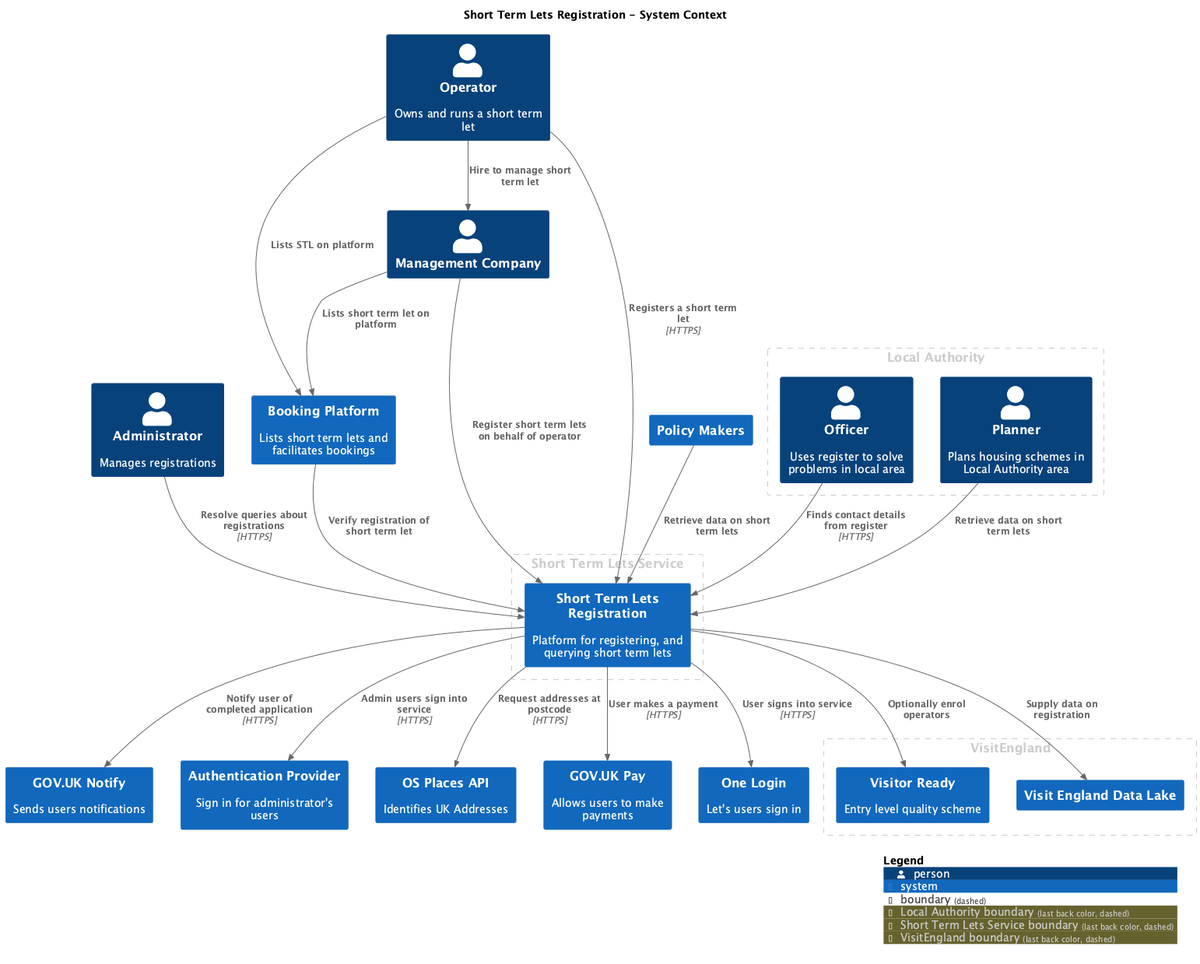
The PlantUML diagram main/png/SystemContext-001.png in DCMSstats/stl-architecture, before a commit.
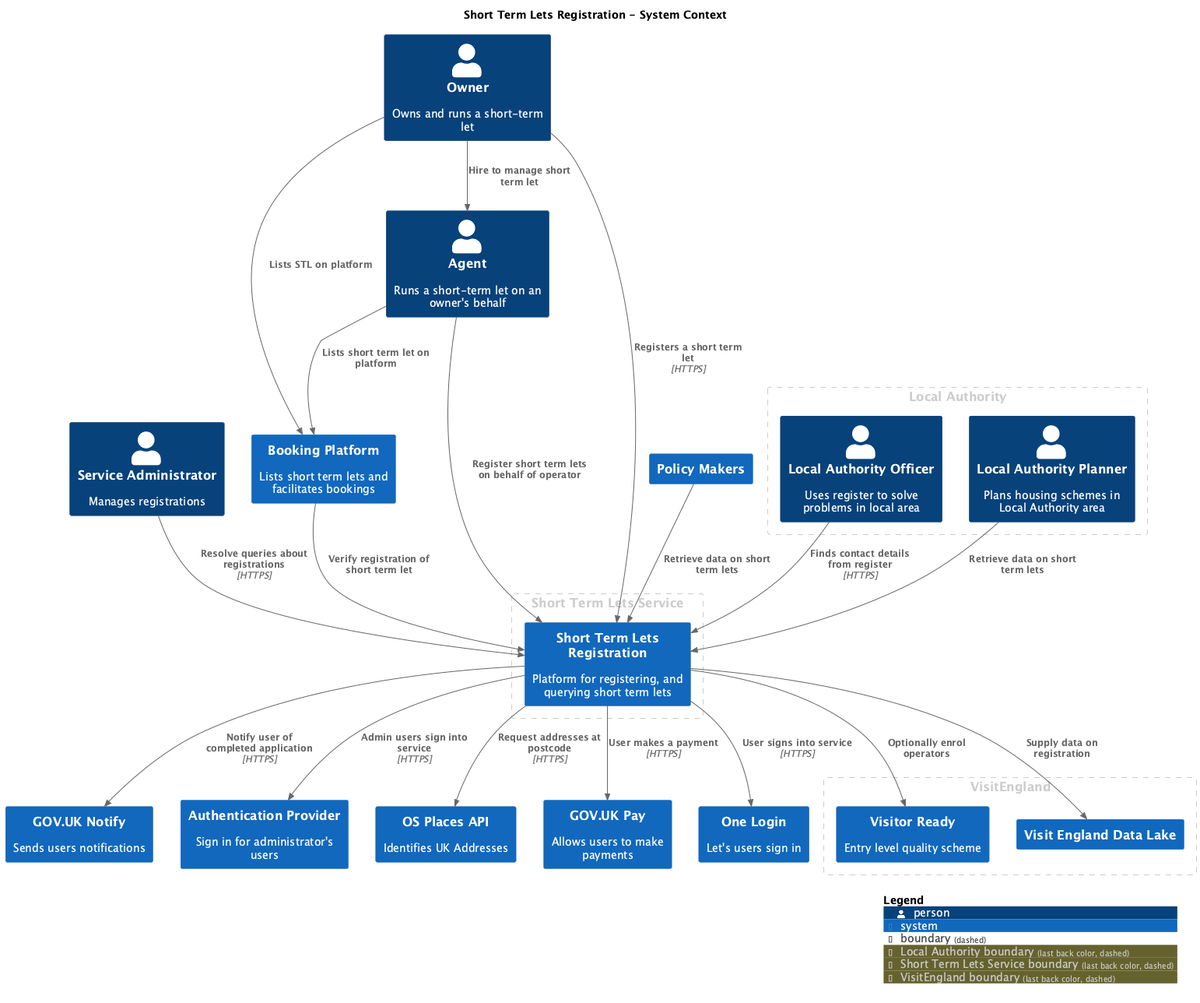
After the commit.

Diff of the diagram source:
```diff
@@ -9,8 +9,8 @@
 
 AddBoundaryTag("Local Authority", $borderColor="#cccccc", $fontColor="#cccccc", $borderStyle="dashed")
 Boundary(group_1, "Local Authority", $tags="Local Authority") {
-  Person(Planner, "Planner", $descr="Plans housing schemes in Local Authority area", $tags="", $link="")
-  Person(Officer, "Officer", $descr="Uses register to solve problems in local area", $tags="", $link="")
+  Person(LocalAuthorityPlanner, "Local Authority Planner", $descr="Plans housing schemes in Local Authority area", $tags="", $link="")
+  Person(LocalAuthorityOfficer, "Local Authority Officer", $descr="Uses register to solve problems in local area", $tags="", $link="")
 }
 
 AddBoundaryTag("Short Term Lets Service", $borderColor="#cccccc", $fontColor="#cccccc", $borderStyle="dashed")
@@ -24,29 +24,29 @@
   System(VisitorReady, "Visitor Ready", $descr="Entry level quality scheme", $tags="", $link="")
 }
 
-Person(Administrator, "Administrator", $descr="Manages registrations", $tags="", $link="")
+Person(ServiceAdministrator, "Service Administrator", $descr="Manages registrations", $tags="", $link="")
 System(GOVUKNotify, "GOV.UK Notify", $descr="Sends users notifications", $tags="", $link="")
 System(AuthenticationProvider, "Authentication Provider", $descr="Sign in for administrator's users", $tags="", $link="")
 System(OSPlacesAPI, "OS Places API", $descr="Identifies UK Addresses", $tags="", $link="")
-Person(Operator, "Operator", $descr="Owns and runs a short term let", $tags="", $link="")
-Person(ManagementCompany, "Management Company", $descr="", $tags="", $link="")
+Person(Owner, "Owner", $descr="Owns and runs a short-term let", $tags="", $link="")
+Person(Agent, "Agent", $descr="Runs a short-term let on an owner's behalf", $tags="", $link="")
 System(BookingPlatform, "Booking Platform", $descr="Lists short term lets and facilitates bookings", $tags="", $link="")
 System(PolicyMakers, "Policy Makers", $descr="", $tags="", $link="")
 System(GOVUKPay, "GOV.UK Pay", $descr="Allows users to make payments", $tags="", $link="")
 System(OneLogin, "One Login", $descr="Let's users sign in", $tags="", $link="")
 
-Rel(Operator, ManagementCompany, "Hire to manage short term let", $techn="", $tags="", $link="")
-Rel(Operator, BookingPlatform, "Lists STL on platform", $techn="", $tags="", $link="")
-Rel(ManagementCompany, ShortTermLetsRegistration, "Register short term lets on behalf of operator", $techn="", $tags="", $link="")
-Rel(ManagementCompany, BookingPlatform, "Lists short term let on platform", $techn="", $tags="", $link="")
+Rel(Owner, Agent, "Hire to manage short term let", $techn="", $tags="", $link="")
+Rel(Owner, BookingPlatform, "Lists STL on platform", $techn="", $tags="", $link="")
+Rel(Agent, ShortTermLetsRegistration, "Register short term lets on behalf of operator", $techn="", $tags="", $link="")
+Rel(Agent, BookingPlatform, "Lists short term let on platform", $techn="", $tags="", $link="")
 Rel(BookingPlatform, ShortTermLetsRegistration, "Verify registration of short term let", $techn="", $tags="", $link="")
-Rel(Planner, ShortTermLetsRegistration, "Retrieve data on short term lets", $techn="", $tags="", $link="")
+Rel(LocalAuthorityPlanner, ShortTermLetsRegistration, "Retrieve data on short term lets", $techn="", $tags="", $link="")
 Rel(ShortTermLetsRegistration, VisitorReady, "Optionally enrol operators", $techn="", $tags="", $link="")
 Rel(ShortTermLetsRegistration, VisitEnglandDataLake, "Supply data on registration", $techn="", $tags="", $link="")
 Rel(PolicyMakers, ShortTermLetsRegistration, "Retrieve data on short term lets", $techn="", $tags="", $link="")
-Rel(Operator, ShortTermLetsRegistration, "Registers a short term let", $techn="HTTPS", $tags="", $link="")
-Rel(Administrator, ShortTermLetsRegistration, "Resolve queries about registrations", $techn="HTTPS", $tags="", $link="")
-Rel(Officer, ShortTermLetsRegistration, "Finds contact details from register", $techn="HTTPS", $tags="", $link="")
+Rel(Owner, ShortTermLetsRegistration, "Registers a short term let", $techn="HTTPS", $tags="", $link="")
+Rel(ServiceAdministrator, ShortTermLetsRegistration, "Resolve queries about registrations", $techn="HTTPS", $tags="", $link="")
+Rel(LocalAuthorityOfficer, ShortTermLetsRegistration, "Finds contact details from register", $techn="HTTPS", $tags="", $link="")
 Rel(ShortTermLetsRegistration, GOVUKPay, "User makes a payment", $techn="HTTPS", $tags="", $link="")
 Rel(ShortTermLetsRegistration, OneLogin, "User signs into service", $techn="HTTPS", $tags="", $link="")
 Rel(ShortTermLetsRegistration, AuthenticationProvider, "Admin users sign into service", $techn="HTTPS", $tags="", $link="")
```
